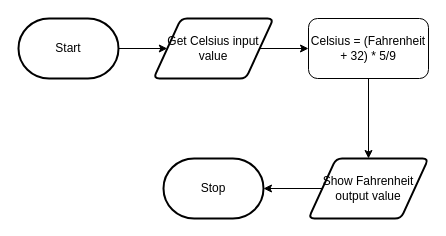
MTHS-ICD2O-1-2024/ICD2O-Unit-3-04-Aimar-Fernandez keeps this draw.io diagram as design/flowchart.drawio. Above is the earlier version. Source tidied: cells renumbered, new cells numbered last; positions are measured from the earlier drawing's top-left corner, leaving out a move shared by most shapes. Both pictures are drawn from the tidied source at 100%, with x=0, y=0 at pixel (18, 18).
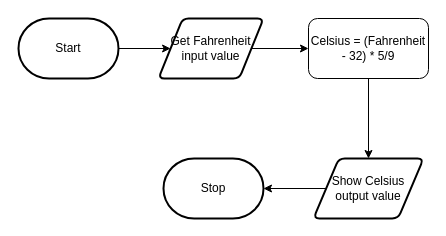
The same diagram, later.

Commit message (it also covers changes not shown here):
fixed storyboard/flowchart

The edit, as a diff of the source:
```diff
@@
 <mxGraphModel>
   <root>
     <mxCell id="0" />
     <mxCell id="1" parent="0" />
     <mxCell id="2" style="edgeStyle=none;html=1;entryX=0;entryY=0.5;entryDx=0;entryDy=0;" parent="1" edge="1" source="3" target="6">
       <mxGeometry relative="1" as="geometry" />
     </mxCell>
     <mxCell id="3" value="Start" style="strokeWidth=2;html=1;shape=mxgraph.flowchart.terminator;whiteSpace=wrap;" parent="1" vertex="1">
       <mxGeometry width="100" height="60" as="geometry" />
     </mxCell>
     <mxCell id="4" value="Stop" style="strokeWidth=2;html=1;shape=mxgraph.flowchart.terminator;whiteSpace=wrap;" parent="1" vertex="1">
       <mxGeometry x="145" y="140" width="100" height="60" as="geometry" />
     </mxCell>
     <mxCell id="5" style="edgeStyle=none;html=1;entryX=0;entryY=0.5;entryDx=0;entryDy=0;" parent="1" edge="1" source="6" target="8">
       <mxGeometry relative="1" as="geometry" />
     </mxCell>
-    <mxCell id="6" value="Get Celsius input value" style="shape=parallelogram;html=1;strokeWidth=2;perimeter=parallelogramPerimeter;whiteSpace=wrap;rounded=1;arcSize=12;size=0.23;" parent="1" vertex="1">
-      <mxGeometry x="135" width="120" height="60" as="geometry" />
+    <mxCell id="6" value="Get Fahrenheit input value" style="shape=parallelogram;html=1;strokeWidth=2;perimeter=parallelogramPerimeter;whiteSpace=wrap;rounded=1;arcSize=12;size=0.23;" parent="1" vertex="1">
+      <mxGeometry x="140" width="105" height="60" as="geometry" />
     </mxCell>
     <mxCell id="7" style="edgeStyle=none;html=1;entryX=0.5;entryY=0;entryDx=0;entryDy=0;" parent="1" edge="1" source="8" target="9">
       <mxGeometry relative="1" as="geometry" />
     </mxCell>
-    <mxCell id="8" value="Celsius = (Fahrenheit + 32) * 5/9" style="rounded=1;whiteSpace=wrap;html=1;" parent="1" vertex="1">
+    <mxCell id="8" value="Celsius = (Fahrenheit - 32) * 5/9" style="rounded=1;whiteSpace=wrap;html=1;" parent="1" vertex="1">
       <mxGeometry x="290" width="120" height="60" as="geometry" />
     </mxCell>
-    <mxCell id="9" value="Show Fahrenheit output value" style="shape=parallelogram;html=1;strokeWidth=2;perimeter=parallelogramPerimeter;whiteSpace=wrap;rounded=1;arcSize=12;size=0.23;" parent="1" vertex="1">
-      <mxGeometry x="290" y="140" width="120" height="60" as="geometry" />
+    <mxCell id="9" value="Show Celsius output value" style="shape=parallelogram;html=1;strokeWidth=2;perimeter=parallelogramPerimeter;whiteSpace=wrap;rounded=1;arcSize=12;size=0.23;" parent="1" vertex="1">
+      <mxGeometry x="295" y="140" width="110" height="60" as="geometry" />
     </mxCell>
     <mxCell id="10" style="edgeStyle=none;html=1;entryX=1;entryY=0.5;entryDx=0;entryDy=0;entryPerimeter=0;" parent="1" edge="1" source="9" target="4">
       <mxGeometry relative="1" as="geometry" />
     </mxCell>
   </root>
 </mxGraphModel>
```
